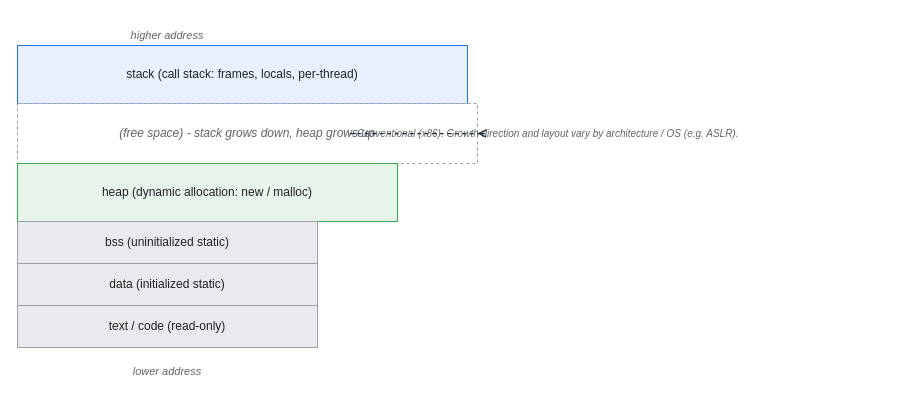
Above: assets/img/jvm/jvm-01-process-memory-layout.drawio in KKamJi98/kkamji98.github.io (draw.io), before the change. Source tidied: cells renumbered, new cells numbered last; positions are measured from the earlier drawing's top-left corner, leaving out a move shared by most shapes. Both pictures are drawn from the tidied source at 100%, with x=0, y=0 at pixel (17, 17).
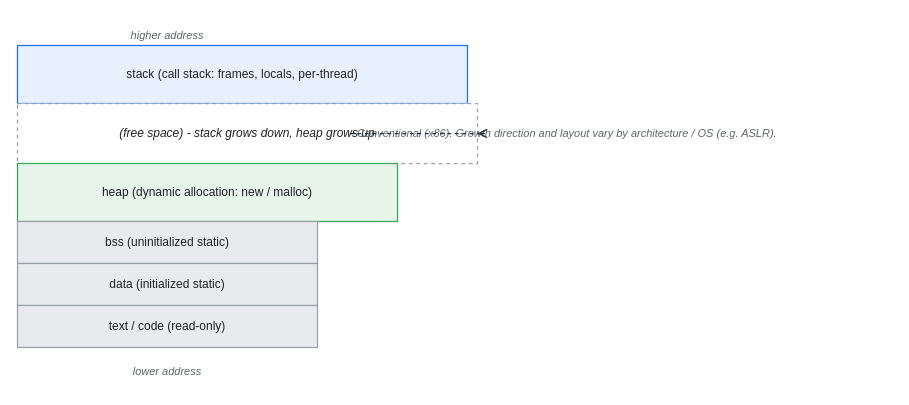
Above is the later version.

Change to the diagram source:
```diff
@@
 <mxGraphModel background="#FFFFFF">
   <root>
     <mxCell id="0" />
     <mxCell id="1" parent="0" />
     <mxCell id="2" value="higher address" style="text;html=0;align=center;verticalAlign=middle;fontSize=11;fontColor=#5F6368;fontStyle=2;" parent="1" vertex="1">
       <mxGeometry width="300" height="35" as="geometry" />
     </mxCell>
-    <mxCell id="3" value="stack  (call stack: frames, locals, per-thread)" style="rounded=0;whiteSpace=wrap;html=0;shadow=0;fillColor=#E8F0FE;strokeColor=#1A73E8;fontColor=#202124;" parent="1" vertex="1">
+    <mxCell id="3" value="stack  (call stack: frames, locals, per-thread)" style="rounded=0;whiteSpace=wrap;html=0;shadow=0;fillColor=#E8F0FE;strokeColor=#1A73E8;fontColor=#202124;strokeWidth=1.25;" parent="1" vertex="1">
       <mxGeometry y="28" width="450" height="58" as="geometry" />
     </mxCell>
-    <mxCell id="4" value="(free space)  -  stack grows down, heap grows up" style="rounded=0;whiteSpace=wrap;html=0;shadow=0;fillColor=#FFFFFF;strokeColor=#9AA0A6;fontColor=#5F6368;fontStyle=2;dashed=1;" parent="1" vertex="1">
+    <mxCell id="4" value="(free space)  -  stack grows down, heap grows up" style="rounded=0;whiteSpace=wrap;html=0;shadow=0;fillColor=#FFFFFF;strokeColor=#9AA0A6;fontColor=#202124;fontStyle=2;dashed=1;strokeWidth=1.25;" parent="1" vertex="1">
       <mxGeometry y="86" width="460" height="60" as="geometry" />
     </mxCell>
-    <mxCell id="5" value="heap  (dynamic allocation: new / malloc)" style="rounded=0;whiteSpace=wrap;html=0;shadow=0;fillColor=#E6F4EA;strokeColor=#34A853;fontColor=#202124;" parent="1" vertex="1">
+    <mxCell id="5" value="heap  (dynamic allocation: new / malloc)" style="rounded=0;whiteSpace=wrap;html=0;shadow=0;fillColor=#E6F4EA;strokeColor=#34A853;fontColor=#202124;strokeWidth=1.25;" parent="1" vertex="1">
       <mxGeometry y="146" width="380" height="58" as="geometry" />
     </mxCell>
-    <mxCell id="6" value="bss  (uninitialized static)" style="rounded=0;whiteSpace=wrap;html=0;shadow=0;fillColor=#E8EAED;strokeColor=#9AA0A6;fontColor=#202124;" parent="1" vertex="1">
+    <mxCell id="6" value="bss  (uninitialized static)" style="rounded=0;whiteSpace=wrap;html=0;shadow=0;fillColor=#E8EAED;strokeColor=#9AA0A6;fontColor=#202124;strokeWidth=1.25;" parent="1" vertex="1">
       <mxGeometry y="204" width="300" height="42" as="geometry" />
     </mxCell>
-    <mxCell id="7" value="data  (initialized static)" style="rounded=0;whiteSpace=wrap;html=0;shadow=0;fillColor=#E8EAED;strokeColor=#9AA0A6;fontColor=#202124;" parent="1" vertex="1">
+    <mxCell id="7" value="data  (initialized static)" style="rounded=0;whiteSpace=wrap;html=0;shadow=0;fillColor=#E8EAED;strokeColor=#9AA0A6;fontColor=#202124;strokeWidth=1.25;" parent="1" vertex="1">
       <mxGeometry y="246" width="300" height="42" as="geometry" />
     </mxCell>
-    <mxCell id="8" value="text / code  (read-only)" style="rounded=0;whiteSpace=wrap;html=0;shadow=0;fillColor=#E8EAED;strokeColor=#9AA0A6;fontColor=#202124;" parent="1" vertex="1">
+    <mxCell id="8" value="text / code  (read-only)" style="rounded=0;whiteSpace=wrap;html=0;shadow=0;fillColor=#E8EAED;strokeColor=#9AA0A6;fontColor=#202124;strokeWidth=1.25;" parent="1" vertex="1">
       <mxGeometry y="288" width="300" height="42" as="geometry" />
     </mxCell>
     <mxCell id="9" value="lower address" style="text;html=0;align=center;verticalAlign=middle;fontSize=11;fontColor=#5F6368;fontStyle=2;" parent="1" vertex="1">
       <mxGeometry y="336" width="300" height="35" as="geometry" />
     </mxCell>
-    <mxCell id="10" value="Conventional (x86). Growth direction and layout vary by architecture / OS (e.g. ASLR)." style="text;html=0;align=left;verticalAlign=middle;whiteSpace=wrap;fontSize=10;fontColor=#5F6368;fontStyle=2;" parent="1" vertex="1">
+    <mxCell id="10" value="Conventional (x86). Growth direction and layout vary by architecture / OS (e.g. ASLR)." style="text;html=0;align=left;verticalAlign=middle;whiteSpace=wrap;fontSize=11;fontColor=#5F6368;fontStyle=2;" parent="1" vertex="1">
       <mxGeometry x="338" y="82" width="536" height="68" as="geometry" />
     </mxCell>
-    <mxCell id="11" style="edgeStyle=orthogonalEdgeStyle;rounded=1;html=0;dashed=1;strokeColor=#232F3E;fontColor=#232F3E;labelBackgroundColor=none;endArrow=open;endSize=6;exitX=0;exitY=0.5;exitDx=0;exitDy=0;entryX=1;entryY=0.5;entryDx=0;entryDy=0;strokeWidth=1.25;" parent="1" edge="1" source="10" target="4">
+    <mxCell id="11" style="edgeStyle=orthogonalEdgeStyle;rounded=1;html=0;dashed=1;strokeColor=#232F3E;fontColor=#202124;labelBackgroundColor=none;endArrow=open;endSize=7;exitX=0;exitY=0.5;exitDx=0;exitDy=0;entryX=1;entryY=0.5;entryDx=0;entryDy=0;strokeWidth=1.25;" parent="1" edge="1" source="10" target="4">
       <mxGeometry relative="1" as="geometry" />
     </mxCell>
   </root>
 </mxGraphModel>
```
